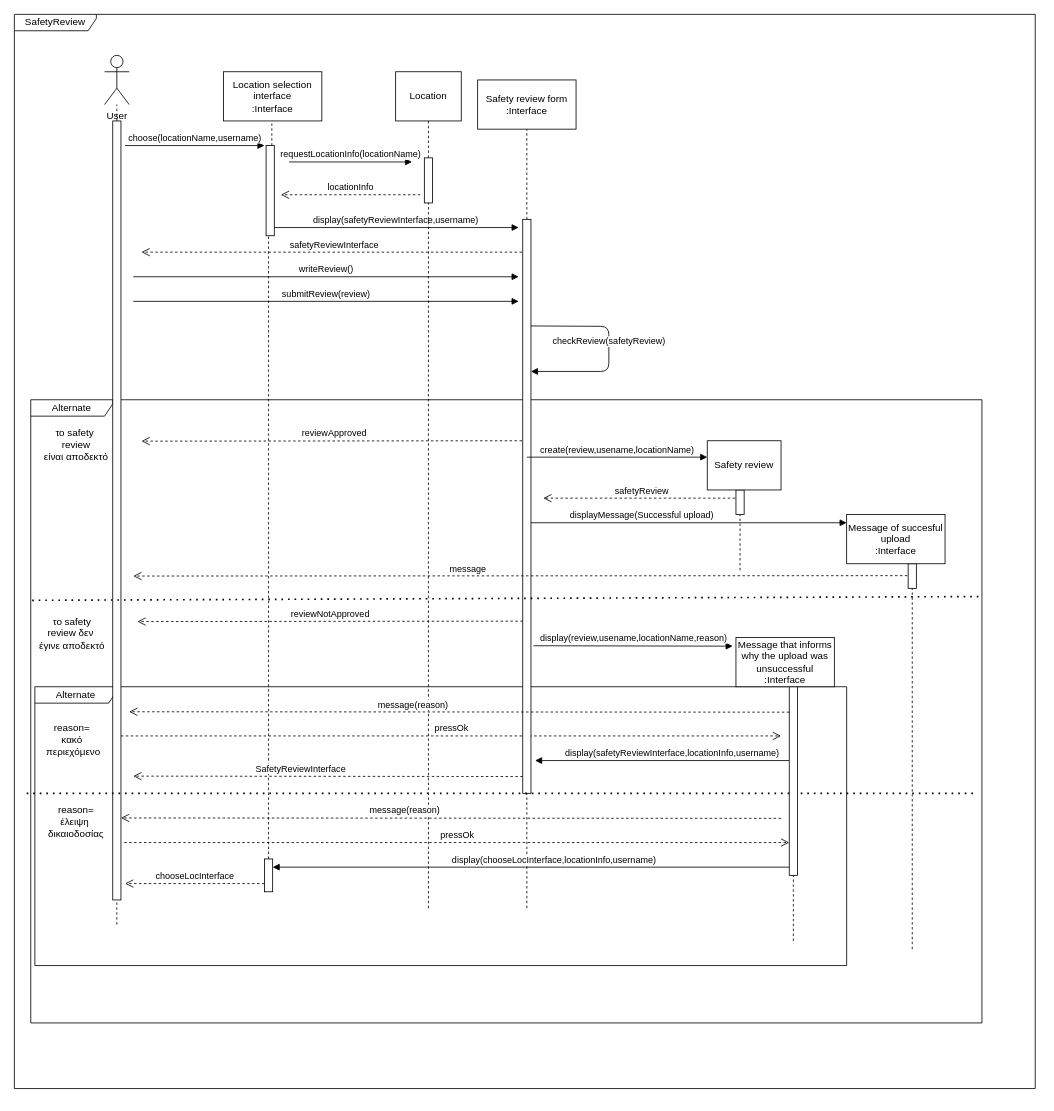
The draw.io diagram Documents/DrawioResources/4th cycle/SequenceDiagramSafetyReview.drawio in Mario-Sama/SoftEngProject2021, before the edit. Source tidied: cells renumbered, new cells numbered last; positions are measured from the earlier drawing's top-left corner, leaving out a move shared by most shapes. Both pictures are drawn from the tidied source at 82%, with x=0, y=0 at pixel (14, 14).
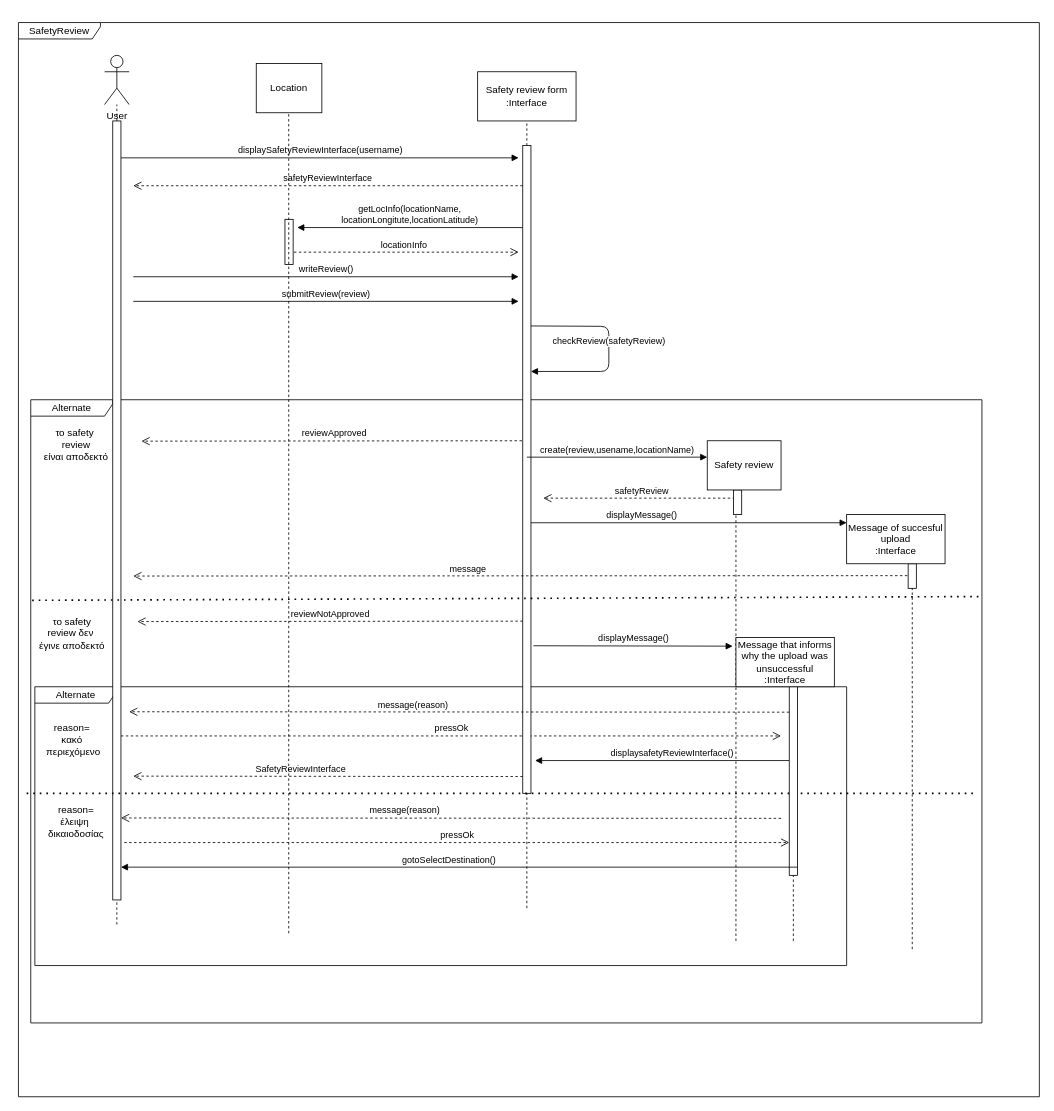
Above is the later version.

Change to the diagram source:
```diff
@@
     <mxCell id="2" value="SafetyReview" style="shape=umlFrame;whiteSpace=wrap;html=1;width=100;height=20;" parent="1" vertex="1">
-      <mxGeometry width="1245" height="1310" as="geometry" />
+      <mxGeometry x="5" y="10" width="1245" height="1310" as="geometry" />
     </mxCell>
+    <mxCell id="4" value="Alternate" style="shape=umlFrame;whiteSpace=wrap;html=1;width=100;height=20;" parent="1" vertex="1">
+      <mxGeometry x="25" y="820" width="990" height="340" as="geometry" />
+    </mxCell>
@@
-    <mxCell id="4" value="Alternate" style="shape=umlFrame;whiteSpace=wrap;html=1;width=100;height=20;" parent="1" vertex="1">
-      <mxGeometry x="25" y="820" width="990" height="340" as="geometry" />
-    </mxCell>
+    <mxCell id="22" value="displaysafetyReviewInterface()" style="html=1;verticalAlign=bottom;endArrow=block;" parent="1" edge="1">
+      <mxGeometry x="-0.08" relative="1" as="geometry">
+        <mxPoint x="944.8" y="910" as="sourcePoint" />
+        <mxPoint x="635" y="910" as="targetPoint" />
+      </mxGeometry>
+    </mxCell>
@@
-    <mxCell id="6" style="endArrow=none;dashed=1;html=1;startArrow=none;" parent="1" edge="1" source="29">
-      <mxGeometry relative="1" as="geometry">
-        <mxPoint x="314" y="130" as="targetPoint" />
-      </mxGeometry>
-    </mxCell>
-    <mxCell id="7" value="choose(locationName,username)" style="html=1;verticalAlign=bottom;endArrow=block;" parent="1" edge="1">
-      <mxGeometry relative="1" as="geometry">
-        <mxPoint x="135" y="160" as="sourcePoint" />
-        <mxPoint x="305" y="160" as="targetPoint" />
-      </mxGeometry>
-    </mxCell>
-    <mxCell id="8" style="endArrow=none;dashed=1;html=1;startArrow=none;" parent="1" edge="1" source="32">
-      <mxGeometry relative="1" as="geometry">
-        <mxPoint x="505" y="130" as="targetPoint" />
-      </mxGeometry>
-    </mxCell>
-    <mxCell id="9" value="requestLocationInfo(locationName)" style="html=1;verticalAlign=bottom;endArrow=block;" parent="1" edge="1">
-      <mxGeometry relative="1" as="geometry">
-        <mxPoint x="335" y="180" as="sourcePoint" />
-        <mxPoint x="485" y="180" as="targetPoint" />
-      </mxGeometry>
-    </mxCell>
@@
-    <mxCell id="12" value="display(safetyReviewInterface,username)" style="html=1;verticalAlign=bottom;endArrow=block;" parent="1" edge="1">
+    <mxCell id="12" value="displaySafetyReviewInterface(username)" style="html=1;verticalAlign=bottom;endArrow=block;" parent="1" edge="1">
       <mxGeometry relative="1" as="geometry">
-        <mxPoint x="315" y="260" as="sourcePoint" />
-        <mxPoint x="615" y="260" as="targetPoint" />
+        <mxPoint x="130" y="175" as="sourcePoint" />
+        <mxPoint x="615" y="175" as="targetPoint" />
       </mxGeometry>
     </mxCell>
@@
     <mxCell id="15" value="locationInfo" style="html=1;verticalAlign=bottom;endArrow=open;dashed=1;endSize=8;" parent="1" edge="1">
       <mxGeometry relative="1" as="geometry">
-        <mxPoint x="495" y="220" as="sourcePoint" />
-        <mxPoint x="325" y="220" as="targetPoint" />
+        <mxPoint x="335" y="290" as="sourcePoint" />
+        <mxPoint x="615" y="290" as="targetPoint" />
       </mxGeometry>
     </mxCell>
@@
     <mxCell id="20" value="safetyReviewInterface" style="html=1;verticalAlign=bottom;endArrow=open;dashed=1;endSize=8;" parent="1" edge="1">
       <mxGeometry relative="1" as="geometry">
-        <mxPoint x="625" y="290" as="sourcePoint" />
-        <mxPoint x="155" y="290" as="targetPoint" />
+        <mxPoint x="620" y="209" as="sourcePoint" />
+        <mxPoint x="145" y="209" as="targetPoint" />
       </mxGeometry>
     </mxCell>
@@
-    <mxCell id="22" value="display(safetyReviewInterface,locationInfo,username)" style="html=1;verticalAlign=bottom;endArrow=block;" parent="1" edge="1">
-      <mxGeometry x="-0.08" relative="1" as="geometry">
-        <mxPoint x="944.8" y="910" as="sourcePoint" />
-        <mxPoint x="635" y="910" as="targetPoint" />
-      </mxGeometry>
-    </mxCell>
@@
-    <mxCell id="26" value="chooseLocInterface" style="html=1;verticalAlign=bottom;endArrow=open;dashed=1;endSize=8;" parent="1" edge="1">
-      <mxGeometry relative="1" as="geometry">
-        <mxPoint x="305" y="1060" as="sourcePoint" />
-        <mxPoint x="135" y="1060" as="targetPoint" />
-      </mxGeometry>
-    </mxCell>
@@
-    <mxCell id="29" style="html=1;points=[];perimeter=orthogonalPerimeter;" parent="1" vertex="1">
-      <mxGeometry x="307" y="160" width="10" height="110" as="geometry" />
-    </mxCell>
-    <mxCell id="30" style="endArrow=none;dashed=1;html=1;startArrow=none;" parent="1" edge="1" source="31" target="29">
-      <mxGeometry relative="1" as="geometry" />
-    </mxCell>
-    <mxCell id="31" style="html=1;points=[];perimeter=orthogonalPerimeter;" parent="1" vertex="1">
-      <mxGeometry x="305" y="1030" width="10" height="40" as="geometry" />
-    </mxCell>
     <mxCell id="32" style="html=1;points=[];perimeter=orthogonalPerimeter;" parent="1" vertex="1">
-      <mxGeometry x="500" y="175" width="10" height="55" as="geometry" />
+      <mxGeometry x="330" y="250" width="10" height="55" as="geometry" />
     </mxCell>
-    <mxCell id="33" style="endArrow=none;dashed=1;html=1;" parent="1" edge="1" target="32">
-      <mxGeometry relative="1" as="geometry">
-        <mxPoint x="505" y="1090" as="sourcePoint" />
-      </mxGeometry>
-    </mxCell>
     <mxCell id="34" style="html=1;points=[];perimeter=orthogonalPerimeter;" parent="1" vertex="1">
-      <mxGeometry x="620" y="250" width="10" height="700" as="geometry" />
+      <mxGeometry x="620" y="160" width="10" height="790" as="geometry" />
     </mxCell>
@@
-    <mxCell id="38" value="displayMessage(Successful upload)" style="html=1;verticalAlign=bottom;endArrow=block;" parent="1" edge="1">
+    <mxCell id="38" value="displayMessage()" style="html=1;verticalAlign=bottom;endArrow=block;" parent="1" edge="1">
       <mxGeometry x="-0.3" relative="1" as="geometry">
         <mxPoint x="630" y="620" as="sourcePoint" />
         <mxPoint x="1015" y="620" as="targetPoint" />
       </mxGeometry>
     </mxCell>
@@
-    <mxCell id="43" value="display(review,usename,locationName,reason)" style="html=1;verticalAlign=bottom;endArrow=block;entryX=0.008;entryY=0.45;entryDx=0;entryDy=0;entryPerimeter=0;" parent="1" edge="1">
+    <mxCell id="43" value="displayMessage()" style="html=1;verticalAlign=bottom;endArrow=block;entryX=0.008;entryY=0.45;entryDx=0;entryDy=0;entryPerimeter=0;" parent="1" edge="1">
       <mxGeometry relative="1" as="geometry">
         <mxPoint x="633" y="770" as="sourcePoint" />
         <mxPoint x="876" y="770.5" as="targetPoint" />
       </mxGeometry>
     </mxCell>
@@
-    <mxCell id="49" value="display(chooseLocInterface,locationInfo,username)" style="html=1;verticalAlign=bottom;endArrow=block;" parent="1" edge="1">
-      <mxGeometry x="-0.08" relative="1" as="geometry">
-        <mxPoint x="949.8" y="1040" as="sourcePoint" />
-        <mxPoint x="315" y="1040" as="targetPoint" />
-      </mxGeometry>
-    </mxCell>
@@
     <mxCell id="54" style="html=1;points=[];perimeter=orthogonalPerimeter;" parent="1" vertex="1">
-      <mxGeometry x="880" y="580" width="10" height="30" as="geometry" />
+      <mxGeometry x="877" y="580" width="10" height="30" as="geometry" />
     </mxCell>
     <mxCell id="55" style="endArrow=none;dashed=1;html=1;startArrow=none;" parent="1" edge="1" target="54">
       <mxGeometry relative="1" as="geometry">
-        <mxPoint x="885" y="678" as="sourcePoint" />
+        <mxPoint x="880" y="1130" as="sourcePoint" />
+        <Array as="points">
+          <mxPoint x="880" y="670" />
+        </Array>
       </mxGeometry>
     </mxCell>
-    <mxCell id="56" value="Location selection interface&lt;br&gt;:Interface" style="rounded=0;whiteSpace=wrap;html=1;" parent="1" vertex="1">
-      <mxGeometry x="255" y="70" width="120" height="60" as="geometry" />
-    </mxCell>
     <mxCell id="57" value="Location" style="rounded=0;whiteSpace=wrap;html=1;" parent="1" vertex="1">
-      <mxGeometry x="465" y="70" width="80" height="60" as="geometry" />
+      <mxGeometry x="295" y="60" width="80" height="60" as="geometry" />
     </mxCell>
     <mxCell id="58" value="Safety review form&lt;br&gt;:Interface" style="rounded=0;whiteSpace=wrap;html=1;" parent="1" vertex="1">
-      <mxGeometry x="565" y="80" width="120" height="60" as="geometry" />
+      <mxGeometry x="565" y="70" width="120" height="60" as="geometry" />
     </mxCell>
@@
+    <mxCell id="62" value="getLocInfo(locationName,&lt;br&gt;locationLongitute,locationLatitude)" style="html=1;verticalAlign=bottom;endArrow=block;" parent="1" edge="1">
+      <mxGeometry relative="1" as="geometry">
+        <mxPoint x="620" y="260" as="sourcePoint" />
+        <mxPoint x="345" y="260" as="targetPoint" />
+      </mxGeometry>
+    </mxCell>
+    <mxCell id="63" style="endArrow=none;dashed=1;html=1;startArrow=none;" parent="1" edge="1">
+      <mxGeometry relative="1" as="geometry">
+        <mxPoint x="334.6" y="1120.7" as="sourcePoint" />
+        <mxPoint x="334.6" y="120" as="targetPoint" />
+      </mxGeometry>
+    </mxCell>
+    <mxCell id="49" value="gotoSelectDestination()" style="html=1;verticalAlign=bottom;endArrow=block;" parent="1" edge="1">
+      <mxGeometry x="0.03" relative="1" as="geometry">
+        <mxPoint x="954.8" y="1040" as="sourcePoint" />
+        <mxPoint x="130" y="1040" as="targetPoint" />
+      </mxGeometry>
+    </mxCell>
```
